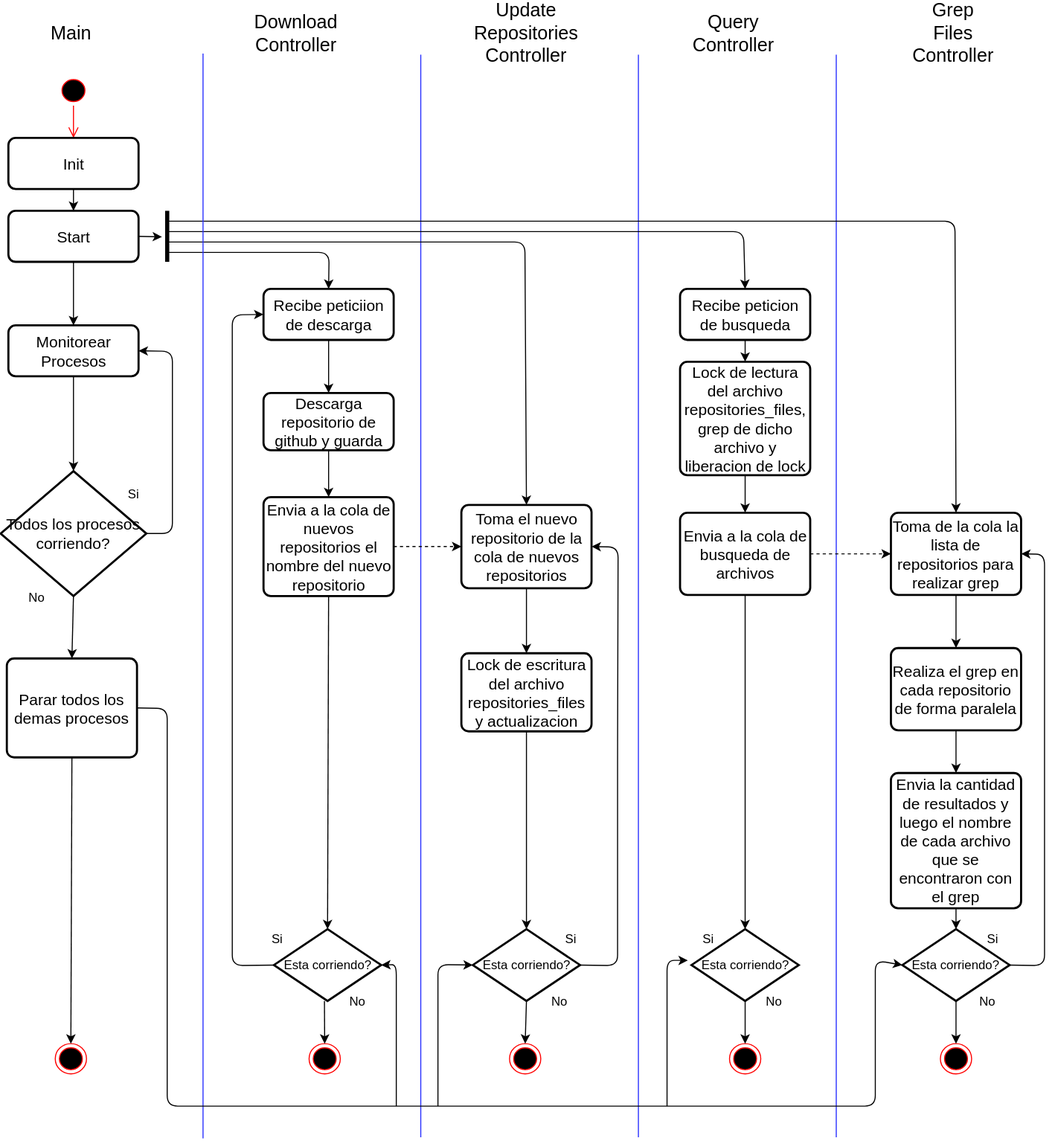
Before: images/actividades-procesador.svg, a diagram exported from draw.io (rinaldia92/distribuidos-tp1). Source tidied: cells renumbered, new cells last; positions are measured from the earlier drawing's top-left corner, leaving out a move shared by most shapes.
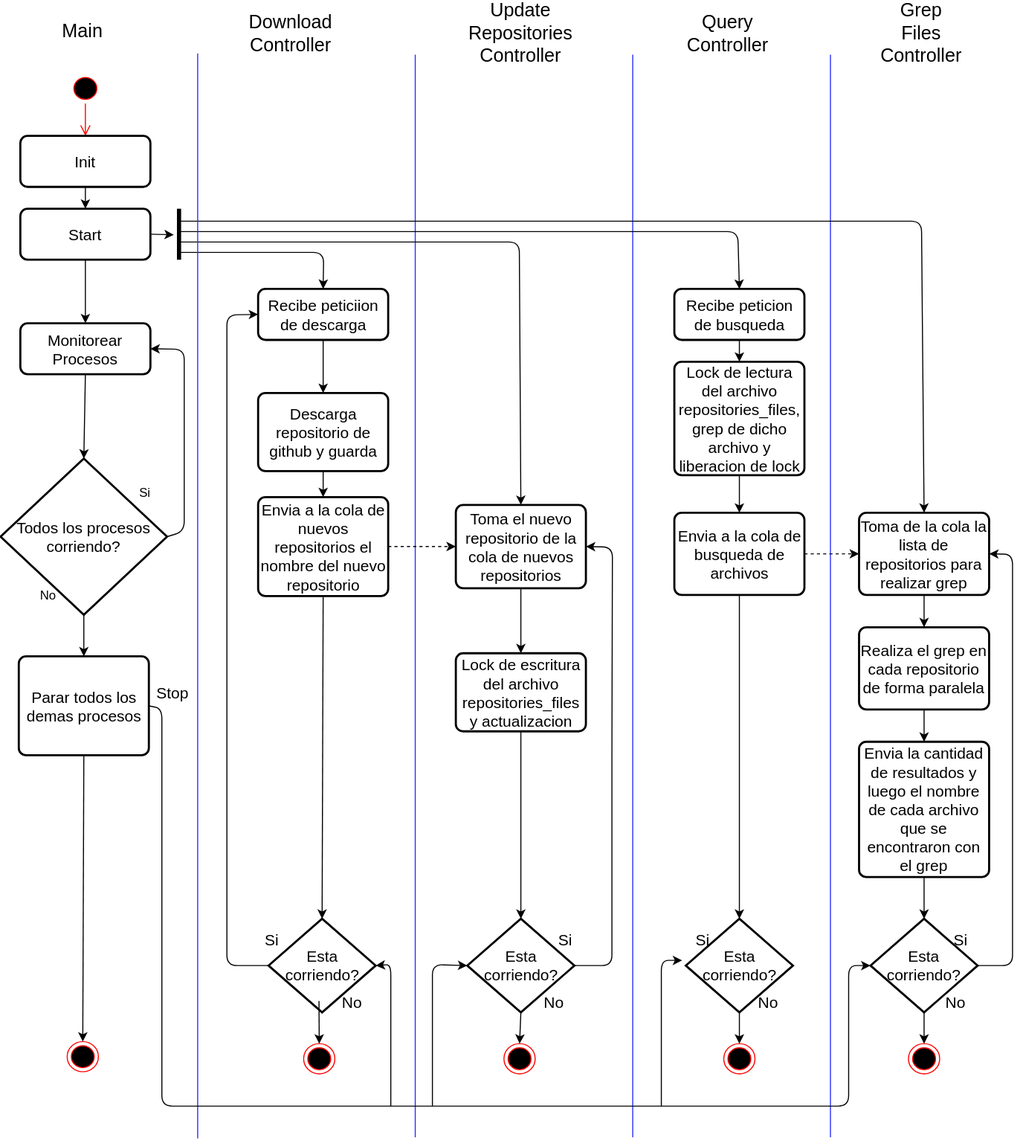
The same file after the commit.

Diff of the diagram source:
```diff
@@ -3,7 +3,7 @@
     <mxCell id="0" />
     <mxCell id="1" parent="0" />
     <mxCell id="2" style="ellipse;html=1;shape=startState;fillColor=#000000;strokeColor=#ff0000;" parent="1" vertex="1">
-      <mxGeometry x="55" y="50" width="30" height="29" as="geometry" />
+      <mxGeometry x="71.5" y="48" width="30" height="29" as="geometry" />
     </mxCell>
     <mxCell id="3" style="edgeStyle=orthogonalEdgeStyle;html=1;verticalAlign=bottom;endArrow=open;endSize=8;strokeColor=#ff0000;entryX=0.5;entryY=0;entryDx=0;entryDy=0;" parent="1" edge="1" source="2" target="36">
       <mxGeometry relative="1" as="geometry" />
@@ -37,7 +37,7 @@
       <mxGeometry x="252.5" y="255" width="125" height="49" as="geometry" />
     </mxCell>
     <mxCell id="9" value="&lt;font style=&quot;font-size: 15px&quot;&gt;Descarga repositorio de github y guarda&lt;/font&gt;" style="rounded=1;whiteSpace=wrap;html=1;absoluteArcSize=1;arcSize=14;strokeWidth=2;" parent="1" vertex="1">
-      <mxGeometry x="252.5" y="355" width="125" height="55" as="geometry" />
+      <mxGeometry x="252.5" y="355" width="125" height="75" as="geometry" />
     </mxCell>
     <mxCell id="10" value="&lt;font style=&quot;font-size: 15px&quot;&gt;Envia a la cola de nuevos repositorios el nombre del nuevo repositorio&lt;/font&gt;" style="rounded=1;whiteSpace=wrap;html=1;absoluteArcSize=1;arcSize=14;strokeWidth=2;" parent="1" vertex="1">
       <mxGeometry x="252.5" y="455" width="125" height="95" as="geometry" />
@@ -91,7 +91,7 @@
       </mxGeometry>
     </mxCell>
     <mxCell id="24" value="&lt;font style=&quot;font-size: 15px&quot;&gt;Toma de la cola la lista de repositorios para realizar grep&lt;/font&gt;" style="rounded=1;whiteSpace=wrap;html=1;absoluteArcSize=1;arcSize=14;strokeWidth=2;" parent="1" vertex="1">
-      <mxGeometry x="855" y="470" width="125" height="79" as="geometry" />
+      <mxGeometry x="830" y="470" width="125" height="79" as="geometry" />
     </mxCell>
     <mxCell id="25" style="endArrow=classic;html=1;exitX=1;exitY=0.5;exitDx=0;exitDy=0;entryX=0;entryY=0.5;entryDx=0;entryDy=0;dashed=1;" parent="1" edge="1" source="21" target="24">
       <mxGeometry relative="1" as="geometry" />
@@ -99,18 +99,18 @@
     <mxCell id="26" style="endArrow=classic;html=1;entryX=0.5;entryY=0;entryDx=0;entryDy=0;" parent="1" edge="1" source="39" target="24">
       <mxGeometry relative="1" as="geometry">
         <Array as="points">
-          <mxPoint x="916.5" y="190" />
+          <mxPoint x="890" y="190" />
         </Array>
       </mxGeometry>
     </mxCell>
     <mxCell id="27" value="&lt;font style=&quot;font-size: 15px&quot;&gt;Realiza el grep en cada repositorio de forma paralela&lt;/font&gt;" style="rounded=1;whiteSpace=wrap;html=1;absoluteArcSize=1;arcSize=14;strokeWidth=2;" parent="1" vertex="1">
-      <mxGeometry x="855" y="600" width="125" height="79" as="geometry" />
+      <mxGeometry x="830" y="580" width="125" height="79" as="geometry" />
     </mxCell>
     <mxCell id="28" style="endArrow=classic;html=1;exitX=0.5;exitY=1;exitDx=0;exitDy=0;entryX=0.5;entryY=0;entryDx=0;entryDy=0;" parent="1" edge="1" source="24" target="27">
       <mxGeometry relative="1" as="geometry" />
     </mxCell>
     <mxCell id="29" value="&lt;font style=&quot;font-size: 15px&quot;&gt;Envia la cantidad de resultados y luego el nombre de cada archivo que se encontraron con el grep&lt;/font&gt;" style="rounded=1;whiteSpace=wrap;html=1;absoluteArcSize=1;arcSize=14;strokeWidth=2;" parent="1" vertex="1">
-      <mxGeometry x="855" y="720" width="125" height="130" as="geometry" />
+      <mxGeometry x="830" y="690" width="125" height="130" as="geometry" />
     </mxCell>
     <mxCell id="30" style="endArrow=classic;html=1;exitX=0.5;exitY=1;exitDx=0;exitDy=0;entryX=0.5;entryY=0;entryDx=0;entryDy=0;" parent="1" edge="1" source="27" target="29">
       <mxGeometry relative="1" as="geometry" />
@@ -122,7 +122,7 @@
       </mxGeometry>
     </mxCell>
     <mxCell id="32" value="&lt;font style=&quot;font-size: 18px&quot;&gt;Main&lt;/font&gt;" style="text;html=1;strokeColor=none;fillColor=none;align=center;verticalAlign=middle;whiteSpace=wrap;rounded=0;" parent="1" vertex="1">
-      <mxGeometry x="47.5" width="40" height="19" as="geometry" />
+      <mxGeometry x="64" y="-2" width="40" height="19" as="geometry" />
     </mxCell>
     <mxCell id="33" value="&lt;font style=&quot;font-size: 18px&quot;&gt;Download Controller&lt;/font&gt;" style="text;html=1;strokeColor=none;fillColor=none;align=center;verticalAlign=middle;whiteSpace=wrap;rounded=0;" parent="1" vertex="1">
       <mxGeometry x="263.8" width="40" height="19" as="geometry" />
@@ -134,44 +134,44 @@
       <mxGeometry x="683.8" width="40" height="19" as="geometry" />
     </mxCell>
     <mxCell id="36" value="&lt;font style=&quot;font-size: 15px&quot;&gt;Init&lt;/font&gt;" style="rounded=1;whiteSpace=wrap;html=1;absoluteArcSize=1;arcSize=14;strokeWidth=2;" parent="1" vertex="1">
-      <mxGeometry x="7.5" y="110" width="125" height="49" as="geometry" />
+      <mxGeometry x="24" y="108" width="125" height="49" as="geometry" />
     </mxCell>
     <mxCell id="37" value="&lt;font style=&quot;font-size: 15px&quot;&gt;Start&lt;/font&gt;" style="rounded=1;whiteSpace=wrap;html=1;absoluteArcSize=1;arcSize=14;strokeWidth=2;" parent="1" vertex="1">
-      <mxGeometry x="7.5" y="180" width="125" height="49" as="geometry" />
+      <mxGeometry x="24" y="178" width="125" height="49" as="geometry" />
     </mxCell>
     <mxCell id="38" style="endArrow=classic;html=1;exitX=0.5;exitY=1;exitDx=0;exitDy=0;entryX=0.5;entryY=0;entryDx=0;entryDy=0;" parent="1" edge="1" source="36" target="37">
       <mxGeometry relative="1" as="geometry" />
     </mxCell>
     <mxCell id="39" style="line;strokeWidth=4;direction=south;html=1;perimeter=backbonePerimeter;points=[];outlineConnect=0;" parent="1" vertex="1">
-      <mxGeometry x="155" y="180" width="10" height="49" as="geometry" />
+      <mxGeometry x="171.5" y="178" width="10" height="49" as="geometry" />
     </mxCell>
     <mxCell id="40" style="endArrow=classic;html=1;exitX=1;exitY=0.5;exitDx=0;exitDy=0;" parent="1" edge="1" source="37">
       <mxGeometry relative="1" as="geometry">
-        <mxPoint x="155" y="205" as="targetPoint" />
+        <mxPoint x="171.5" y="203" as="targetPoint" />
       </mxGeometry>
     </mxCell>
-    <mxCell id="41" value="Esta corriendo?" style="strokeWidth=2;html=1;shape=mxgraph.flowchart.decision;whiteSpace=wrap;" parent="1" vertex="1">
-      <mxGeometry x="262.5" y="870" width="103" height="69" as="geometry" />
+    <mxCell id="41" value="&lt;font style=&quot;font-size: 15px&quot;&gt;Esta corriendo?&lt;/font&gt;" style="strokeWidth=2;html=1;shape=mxgraph.flowchart.decision;whiteSpace=wrap;" parent="1" vertex="1">
+      <mxGeometry x="262.5" y="860" width="103" height="90" as="geometry" />
     </mxCell>
-    <mxCell id="42" value="Esta corriendo?" style="strokeWidth=2;html=1;shape=mxgraph.flowchart.decision;whiteSpace=wrap;" parent="1" vertex="1">
-      <mxGeometry x="453.5" y="870" width="103" height="69" as="geometry" />
+    <mxCell id="42" value="Esta corriendo?" style="strokeWidth=2;html=1;shape=mxgraph.flowchart.decision;whiteSpace=wrap;fontSize=15;" parent="1" vertex="1">
+      <mxGeometry x="453.5" y="860" width="103" height="90" as="geometry" />
     </mxCell>
-    <mxCell id="43" value="Esta corriendo?" style="strokeWidth=2;html=1;shape=mxgraph.flowchart.decision;whiteSpace=wrap;" parent="1" vertex="1">
-      <mxGeometry x="663.5" y="870" width="103" height="69" as="geometry" />
+    <mxCell id="43" value="Esta corriendo?" style="strokeWidth=2;html=1;shape=mxgraph.flowchart.decision;whiteSpace=wrap;fontSize=15;" parent="1" vertex="1">
+      <mxGeometry x="663.5" y="860" width="103" height="90" as="geometry" />
     </mxCell>
-    <mxCell id="44" value="Esta corriendo?" style="strokeWidth=2;html=1;shape=mxgraph.flowchart.decision;whiteSpace=wrap;" parent="1" vertex="1">
-      <mxGeometry x="866" y="870" width="103" height="69" as="geometry" />
+    <mxCell id="44" value="Esta corriendo?" style="strokeWidth=2;html=1;shape=mxgraph.flowchart.decision;whiteSpace=wrap;fontSize=15;" parent="1" vertex="1">
+      <mxGeometry x="841" y="860" width="103" height="90" as="geometry" />
     </mxCell>
-    <mxCell id="45" value="Si" style="text;html=1;strokeColor=none;fillColor=none;align=center;verticalAlign=middle;whiteSpace=wrap;rounded=0;" parent="1" vertex="1">
-      <mxGeometry x="932.5" y="870" width="40" height="19" as="geometry" />
+    <mxCell id="45" value="Si" style="text;html=1;strokeColor=none;fillColor=none;align=center;verticalAlign=middle;whiteSpace=wrap;rounded=0;fontSize=15;" parent="1" vertex="1">
+      <mxGeometry x="907.5" y="870" width="40" height="19" as="geometry" />
     </mxCell>
-    <mxCell id="46" value="Si" style="text;html=1;strokeColor=none;fillColor=none;align=center;verticalAlign=middle;whiteSpace=wrap;rounded=0;" parent="1" vertex="1">
+    <mxCell id="46" value="Si" style="text;html=1;strokeColor=none;fillColor=none;align=center;verticalAlign=middle;whiteSpace=wrap;rounded=0;fontSize=15;" parent="1" vertex="1">
       <mxGeometry x="660" y="870" width="40" height="19" as="geometry" />
     </mxCell>
-    <mxCell id="47" value="Si" style="text;html=1;strokeColor=none;fillColor=none;align=center;verticalAlign=middle;whiteSpace=wrap;rounded=0;" parent="1" vertex="1">
+    <mxCell id="47" value="Si" style="text;html=1;strokeColor=none;fillColor=none;align=center;verticalAlign=middle;whiteSpace=wrap;rounded=0;fontSize=15;" parent="1" vertex="1">
       <mxGeometry x="246.2" y="870" width="40" height="19" as="geometry" />
     </mxCell>
-    <mxCell id="48" value="Si" style="text;html=1;strokeColor=none;fillColor=none;align=center;verticalAlign=middle;whiteSpace=wrap;rounded=0;" parent="1" vertex="1">
+    <mxCell id="48" value="Si" style="text;html=1;strokeColor=none;fillColor=none;align=center;verticalAlign=middle;whiteSpace=wrap;rounded=0;fontSize=15;" parent="1" vertex="1">
       <mxGeometry x="527.5" y="870" width="40" height="19" as="geometry" />
     </mxCell>
     <mxCell id="49" style="endArrow=classic;html=1;exitX=0;exitY=0.5;exitDx=0;exitDy=0;exitPerimeter=0;entryX=0;entryY=0.5;entryDx=0;entryDy=0;" parent="1" edge="1" source="41" target="8">
@@ -205,10 +205,10 @@
       </mxGeometry>
     </mxCell>
     <mxCell id="55" value="&lt;font style=&quot;font-size: 15px&quot;&gt;Todos los procesos corriendo?&lt;/font&gt;" style="strokeWidth=2;html=1;shape=mxgraph.flowchart.decision;whiteSpace=wrap;" parent="1" vertex="1">
-      <mxGeometry y="430" width="140" height="120" as="geometry" />
+      <mxGeometry x="5" y="418" width="160" height="150" as="geometry" />
     </mxCell>
     <mxCell id="56" value="&lt;font style=&quot;font-size: 15px&quot;&gt;Monitorear Procesos&lt;/font&gt;" style="rounded=1;whiteSpace=wrap;html=1;absoluteArcSize=1;arcSize=14;strokeWidth=2;" parent="1" vertex="1">
-      <mxGeometry x="7.5" y="290" width="125" height="49" as="geometry" />
+      <mxGeometry x="24" y="288" width="125" height="49" as="geometry" />
     </mxCell>
     <mxCell id="57" style="endArrow=classic;html=1;strokeColor=#000000;exitX=0.5;exitY=1;exitDx=0;exitDy=0;entryX=0.5;entryY=0;entryDx=0;entryDy=0;" parent="1" edge="1" source="37" target="56">
       <mxGeometry relative="1" as="geometry" />
@@ -222,39 +222,39 @@
     <mxCell id="60" style="endArrow=classic;html=1;strokeColor=#000000;exitX=1;exitY=0.5;exitDx=0;exitDy=0;exitPerimeter=0;entryX=1;entryY=0.5;entryDx=0;entryDy=0;" parent="1" edge="1" source="55" target="56">
       <mxGeometry relative="1" as="geometry">
         <Array as="points">
-          <mxPoint x="165" y="490" />
-          <mxPoint x="165" y="315" />
+          <mxPoint x="181.5" y="488" />
+          <mxPoint x="181.5" y="313" />
         </Array>
       </mxGeometry>
     </mxCell>
     <mxCell id="61" value="Si" style="text;html=1;strokeColor=none;fillColor=none;align=center;verticalAlign=middle;whiteSpace=wrap;rounded=0;" parent="1" vertex="1">
-      <mxGeometry x="107.5" y="443.5" width="40" height="19" as="geometry" />
+      <mxGeometry x="124" y="441.5" width="40" height="19" as="geometry" />
     </mxCell>
     <mxCell id="62" style="endArrow=classic;html=1;strokeColor=#000000;exitX=1;exitY=0.5;exitDx=0;exitDy=0;exitPerimeter=0;entryX=1;entryY=0.5;entryDx=0;entryDy=0;" parent="1" edge="1" source="44" target="24">
       <mxGeometry relative="1" as="geometry">
         <Array as="points">
-          <mxPoint x="1002.5" y="905" />
-          <mxPoint x="1002.5" y="510" />
+          <mxPoint x="977.5" y="905" />
+          <mxPoint x="977.5" y="510" />
         </Array>
       </mxGeometry>
     </mxCell>
     <mxCell id="63" value="No" style="text;html=1;strokeColor=none;fillColor=none;align=center;verticalAlign=middle;whiteSpace=wrap;rounded=0;" parent="1" vertex="1">
-      <mxGeometry x="15" y="542.5" width="40" height="19" as="geometry" />
+      <mxGeometry x="31.5" y="540.5" width="40" height="19" as="geometry" />
     </mxCell>
-    <mxCell id="64" value="No" style="text;html=1;strokeColor=none;fillColor=none;align=center;verticalAlign=middle;whiteSpace=wrap;rounded=0;" parent="1" vertex="1">
+    <mxCell id="64" value="No" style="text;html=1;strokeColor=none;fillColor=none;align=center;verticalAlign=middle;whiteSpace=wrap;rounded=0;fontSize=15;" parent="1" vertex="1">
       <mxGeometry x="322.5" y="930" width="40" height="19" as="geometry" />
     </mxCell>
-    <mxCell id="65" value="No" style="text;html=1;strokeColor=none;fillColor=none;align=center;verticalAlign=middle;whiteSpace=wrap;rounded=0;" parent="1" vertex="1">
+    <mxCell id="65" value="No" style="text;html=1;strokeColor=none;fillColor=none;align=center;verticalAlign=middle;whiteSpace=wrap;rounded=0;fontSize=15;" parent="1" vertex="1">
       <mxGeometry x="516.5" y="930" width="40" height="19" as="geometry" />
     </mxCell>
-    <mxCell id="66" value="No" style="text;html=1;strokeColor=none;fillColor=none;align=center;verticalAlign=middle;whiteSpace=wrap;rounded=0;" parent="1" vertex="1">
+    <mxCell id="66" value="No" style="text;html=1;strokeColor=none;fillColor=none;align=center;verticalAlign=middle;whiteSpace=wrap;rounded=0;fontSize=15;" parent="1" vertex="1">
       <mxGeometry x="722.5" y="930" width="40" height="19" as="geometry" />
     </mxCell>
-    <mxCell id="67" value="No" style="text;html=1;strokeColor=none;fillColor=none;align=center;verticalAlign=middle;whiteSpace=wrap;rounded=0;" parent="1" vertex="1">
-      <mxGeometry x="927.5" y="930" width="40" height="19" as="geometry" />
+    <mxCell id="67" value="No" style="text;html=1;strokeColor=none;fillColor=none;align=center;verticalAlign=middle;whiteSpace=wrap;rounded=0;fontSize=15;" parent="1" vertex="1">
+      <mxGeometry x="902.5" y="930" width="40" height="19" as="geometry" />
     </mxCell>
     <mxCell id="68" value="&lt;font style=&quot;font-size: 18px&quot;&gt;Grep Files Controller&lt;/font&gt;" style="text;html=1;strokeColor=none;fillColor=none;align=center;verticalAlign=middle;whiteSpace=wrap;rounded=0;" parent="1" vertex="1">
-      <mxGeometry x="895" width="40" height="19" as="geometry" />
+      <mxGeometry x="870" width="40" height="19" as="geometry" />
     </mxCell>
     <mxCell id="69" style="ellipse;html=1;shape=endState;fillColor=#000000;strokeColor=#ff0000;" parent="1" vertex="1">
       <mxGeometry x="296.2" y="980" width="30" height="29" as="geometry" />
@@ -266,7 +266,7 @@
       <mxGeometry x="700" y="980" width="30" height="29" as="geometry" />
     </mxCell>
     <mxCell id="72" style="ellipse;html=1;shape=endState;fillColor=#000000;strokeColor=#ff0000;" parent="1" vertex="1">
-      <mxGeometry x="902.5" y="980" width="30" height="29" as="geometry" />
+      <mxGeometry x="877.5" y="980" width="30" height="29" as="geometry" />
     </mxCell>
     <mxCell id="73" style="endArrow=classic;html=1;strokeColor=#000000;entryX=0.5;entryY=0;entryDx=0;entryDy=0;" parent="1" edge="1" target="69">
       <mxGeometry relative="1" as="geometry">
@@ -283,7 +283,7 @@
       <mxGeometry relative="1" as="geometry" />
     </mxCell>
     <mxCell id="77" value="&lt;span style=&quot;font-size: 15px&quot;&gt;Parar todos los demas procesos&lt;br&gt;&lt;/span&gt;" style="rounded=1;whiteSpace=wrap;html=1;absoluteArcSize=1;arcSize=14;strokeWidth=2;" parent="1" vertex="1">
-      <mxGeometry x="6" y="610" width="125" height="95" as="geometry" />
+      <mxGeometry x="22.5" y="608" width="125" height="95" as="geometry" />
     </mxCell>
     <mxCell id="78" style="endArrow=classic;html=1;strokeColor=#000000;entryX=0;entryY=0.5;entryDx=0;entryDy=0;entryPerimeter=0;" parent="1" edge="1" target="42">
       <mxGeometry relative="1" as="geometry">
@@ -311,21 +311,24 @@
       </mxGeometry>
     </mxCell>
     <mxCell id="81" style="ellipse;html=1;shape=endState;fillColor=#000000;strokeColor=#ff0000;" parent="1" vertex="1">
-      <mxGeometry x="52.5" y="980" width="30" height="29" as="geometry" />
+      <mxGeometry x="69" y="978" width="30" height="29" as="geometry" />
     </mxCell>
     <mxCell id="82" style="endArrow=classic;html=1;strokeColor=#000000;exitX=0.5;exitY=1;exitDx=0;exitDy=0;entryX=0.5;entryY=0;entryDx=0;entryDy=0;" parent="1" edge="1" source="77" target="81">
       <mxGeometry relative="1" as="geometry" />
     </mxCell>
-    <mxCell id="83" style="endArrow=classic;html=1;strokeColor=#000000;entryX=0;entryY=0.5;entryDx=0;entryDy=0;entryPerimeter=0;exitX=1;exitY=0.5;exitDx=0;exitDy=0;" parent="1" edge="1" source="77" target="44">
+    <mxCell id="83" style="endArrow=classic;html=1;strokeColor=#000000;exitX=1;exitY=0.5;exitDx=0;exitDy=0;entryX=0;entryY=0.5;entryDx=0;entryDy=0;entryPerimeter=0;" parent="1" edge="1" source="77" target="44">
       <mxGeometry relative="1" as="geometry">
         <Array as="points">
           <mxPoint x="160" y="658" />
           <mxPoint x="160" y="760" />
           <mxPoint x="160" y="1040" />
-          <mxPoint x="840" y="1040" />
-          <mxPoint x="840" y="900" />
+          <mxPoint x="820" y="1040" />
+          <mxPoint x="820" y="905" />
         </Array>
       </mxGeometry>
     </mxCell>
+    <mxCell id="84" value="Stop" style="text;html=1;align=center;verticalAlign=middle;fontSize=15;" parent="1" vertex="1">
+      <mxGeometry x="145" y="632.5" width="50" height="20" as="geometry" />
+    </mxCell>
   </root>
 </mxGraphModel>
```
